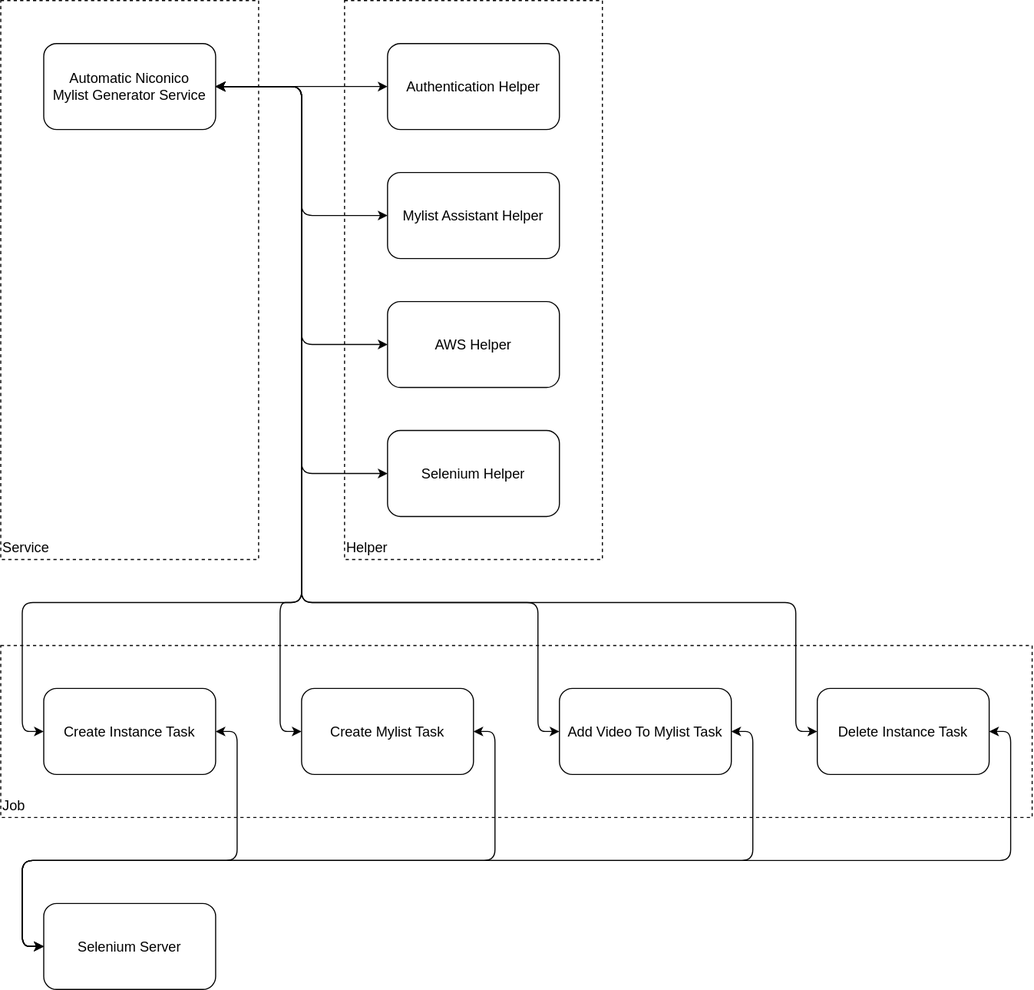
Before: Doc/AutomaticNiconicoMylistGenerator/assets/component.svg, a diagram exported from draw.io (PONzu-0529/ponzu0529-niconico). Source tidied: cells renumbered, new cells last; positions are measured from the earlier drawing's top-left corner, leaving out a move shared by most shapes. Source of this version:
```xml
<mxGraphModel>
  <root>
    <mxCell id="0" />
    <mxCell id="1" parent="0" />
    <mxCell id="2" value="&lt;font style=&quot;font-size: 13px;&quot;&gt;Selenium Server&lt;/font&gt;" style="rounded=1;whiteSpace=wrap;html=1;fillColor=none;fontSize=13;" parent="1" vertex="1">
      <mxGeometry x="40" y="840" width="160" height="80" as="geometry" />
    </mxCell>
    <mxCell id="3" value="Job" style="rounded=0;whiteSpace=wrap;html=1;fontSize=13;fillColor=none;align=left;verticalAlign=bottom;dashed=1;" parent="1" vertex="1">
      <mxGeometry y="600" width="960" height="160" as="geometry" />
    </mxCell>
    <mxCell id="4" style="edgeStyle=none;html=1;exitX=1;exitY=0.5;exitDx=0;exitDy=0;entryX=0;entryY=0.5;entryDx=0;entryDy=0;fontSize=13;startArrow=classic;startFill=1;" parent="1" edge="1" source="5" target="2">
      <mxGeometry relative="1" as="geometry">
        <Array as="points">
          <mxPoint x="220" y="680" />
          <mxPoint x="220" y="800" />
          <mxPoint x="20" y="800" />
          <mxPoint x="20" y="880" />
        </Array>
      </mxGeometry>
    </mxCell>
    <mxCell id="5" value="&lt;font style=&quot;font-size: 13px;&quot;&gt;Create Instance Task&lt;/font&gt;" style="rounded=1;whiteSpace=wrap;html=1;fillColor=none;fontSize=13;" parent="1" vertex="1">
      <mxGeometry x="40" y="640" width="160" height="80" as="geometry" />
    </mxCell>
    <mxCell id="6" style="edgeStyle=none;html=1;exitX=1;exitY=0.5;exitDx=0;exitDy=0;entryX=0;entryY=0.5;entryDx=0;entryDy=0;fontSize=13;startArrow=classic;startFill=1;" parent="1" edge="1" source="7" target="2">
      <mxGeometry relative="1" as="geometry">
        <Array as="points">
          <mxPoint x="460" y="680" />
          <mxPoint x="460" y="800" />
          <mxPoint x="20" y="800" />
          <mxPoint x="20" y="880" />
        </Array>
      </mxGeometry>
    </mxCell>
    <mxCell id="7" value="&lt;font style=&quot;font-size: 13px;&quot;&gt;Create Mylist Task&lt;/font&gt;" style="rounded=1;whiteSpace=wrap;html=1;fillColor=none;fontSize=13;" parent="1" vertex="1">
      <mxGeometry x="280" y="640" width="160" height="80" as="geometry" />
    </mxCell>
    <mxCell id="8" style="edgeStyle=none;html=1;exitX=1;exitY=0.5;exitDx=0;exitDy=0;entryX=0;entryY=0.5;entryDx=0;entryDy=0;fontSize=13;startArrow=classic;startFill=1;" parent="1" edge="1" source="9" target="2">
      <mxGeometry relative="1" as="geometry">
        <Array as="points">
          <mxPoint x="700" y="680" />
          <mxPoint x="700" y="800" />
          <mxPoint x="20" y="800" />
          <mxPoint x="20" y="880" />
        </Array>
      </mxGeometry>
    </mxCell>
    <mxCell id="9" value="&lt;font style=&quot;font-size: 13px;&quot;&gt;Add Video To Mylist Task&lt;/font&gt;" style="rounded=1;whiteSpace=wrap;html=1;fillColor=none;fontSize=13;" parent="1" vertex="1">
      <mxGeometry x="520" y="640" width="160" height="80" as="geometry" />
    </mxCell>
    <mxCell id="10" style="edgeStyle=none;html=1;exitX=1;exitY=0.5;exitDx=0;exitDy=0;entryX=0;entryY=0.5;entryDx=0;entryDy=0;fontSize=13;startArrow=classic;startFill=1;" parent="1" edge="1" source="11" target="2">
      <mxGeometry relative="1" as="geometry">
        <Array as="points">
          <mxPoint x="940" y="680" />
          <mxPoint x="940" y="800" />
          <mxPoint x="20" y="800" />
          <mxPoint x="20" y="880" />
        </Array>
      </mxGeometry>
    </mxCell>
    <mxCell id="11" value="&lt;font style=&quot;font-size: 13px;&quot;&gt;Delete Instance Task&lt;/font&gt;" style="rounded=1;whiteSpace=wrap;html=1;fillColor=none;fontSize=13;" parent="1" vertex="1">
      <mxGeometry x="760" y="640" width="160" height="80" as="geometry" />
    </mxCell>
    <mxCell id="12" value="Service" style="rounded=0;whiteSpace=wrap;html=1;fontSize=13;fillColor=none;align=left;verticalAlign=bottom;dashed=1;" parent="1" vertex="1">
      <mxGeometry width="240" height="520" as="geometry" />
    </mxCell>
    <mxCell id="13" value="Helper" style="rounded=0;whiteSpace=wrap;html=1;fontSize=13;fillColor=none;align=left;verticalAlign=bottom;dashed=1;" parent="1" vertex="1">
      <mxGeometry x="320" width="240" height="520" as="geometry" />
    </mxCell>
    <mxCell id="14" style="edgeStyle=none;html=1;exitX=1;exitY=0.5;exitDx=0;exitDy=0;entryX=0;entryY=0.5;entryDx=0;entryDy=0;fontSize=13;startArrow=classic;startFill=1;" parent="1" edge="1" source="22" target="7">
      <mxGeometry relative="1" as="geometry">
        <Array as="points">
          <mxPoint x="280" y="80" />
          <mxPoint x="280" y="560" />
          <mxPoint x="260" y="560" />
          <mxPoint x="260" y="680" />
        </Array>
      </mxGeometry>
    </mxCell>
    <mxCell id="15" style="edgeStyle=none;html=1;exitX=1;exitY=0.5;exitDx=0;exitDy=0;entryX=0;entryY=0.5;entryDx=0;entryDy=0;fontSize=13;startArrow=classic;startFill=1;" parent="1" edge="1" source="22" target="26">
      <mxGeometry relative="1" as="geometry" />
    </mxCell>
    <mxCell id="16" style="edgeStyle=none;html=1;exitX=1;exitY=0.5;exitDx=0;exitDy=0;entryX=0;entryY=0.5;entryDx=0;entryDy=0;fontSize=13;startArrow=classic;startFill=1;" parent="1" edge="1" source="22" target="5">
      <mxGeometry relative="1" as="geometry">
        <Array as="points">
          <mxPoint x="280" y="80" />
          <mxPoint x="280" y="560" />
          <mxPoint x="20" y="560" />
          <mxPoint x="20" y="680" />
        </Array>
      </mxGeometry>
    </mxCell>
    <mxCell id="17" style="edgeStyle=none;html=1;exitX=1;exitY=0.5;exitDx=0;exitDy=0;entryX=0;entryY=0.5;entryDx=0;entryDy=0;fontSize=13;startArrow=classic;startFill=1;" parent="1" edge="1" source="22" target="25">
      <mxGeometry relative="1" as="geometry">
        <Array as="points">
          <mxPoint x="280" y="80" />
          <mxPoint x="280" y="200" />
        </Array>
      </mxGeometry>
    </mxCell>
    <mxCell id="18" style="edgeStyle=none;html=1;exitX=1;exitY=0.5;exitDx=0;exitDy=0;entryX=0;entryY=0.5;entryDx=0;entryDy=0;fontSize=13;startArrow=classic;startFill=1;" parent="1" edge="1" source="22" target="23">
      <mxGeometry relative="1" as="geometry">
        <Array as="points">
          <mxPoint x="280" y="80" />
          <mxPoint x="280" y="320" />
        </Array>
      </mxGeometry>
    </mxCell>
    <mxCell id="19" style="edgeStyle=none;html=1;exitX=1;exitY=0.5;exitDx=0;exitDy=0;entryX=0;entryY=0.5;entryDx=0;entryDy=0;fontSize=13;startArrow=classic;startFill=1;" parent="1" edge="1" source="22" target="24">
      <mxGeometry relative="1" as="geometry">
        <Array as="points">
          <mxPoint x="280" y="80" />
          <mxPoint x="280" y="440" />
        </Array>
      </mxGeometry>
    </mxCell>
    <mxCell id="20" style="edgeStyle=none;html=1;exitX=1;exitY=0.5;exitDx=0;exitDy=0;entryX=0;entryY=0.5;entryDx=0;entryDy=0;fontSize=13;startArrow=classic;startFill=1;" parent="1" edge="1" source="22" target="9">
      <mxGeometry relative="1" as="geometry">
        <Array as="points">
          <mxPoint x="280" y="80" />
          <mxPoint x="280" y="560" />
          <mxPoint x="500" y="560" />
          <mxPoint x="500" y="680" />
        </Array>
      </mxGeometry>
    </mxCell>
    <mxCell id="21" style="edgeStyle=none;html=1;exitX=1;exitY=0.5;exitDx=0;exitDy=0;entryX=0;entryY=0.5;entryDx=0;entryDy=0;fontSize=13;startArrow=classic;startFill=1;" parent="1" edge="1" source="22" target="11">
      <mxGeometry relative="1" as="geometry">
        <Array as="points">
          <mxPoint x="280" y="80" />
          <mxPoint x="280" y="560" />
          <mxPoint x="740" y="560" />
          <mxPoint x="740" y="680" />
        </Array>
      </mxGeometry>
    </mxCell>
    <mxCell id="22" value="Automatic Niconico&lt;br&gt;Mylist Generator Service" style="rounded=1;whiteSpace=wrap;html=1;fillColor=none;fontSize=13;" parent="1" vertex="1">
      <mxGeometry x="40" y="40" width="160" height="80" as="geometry" />
    </mxCell>
    <mxCell id="23" value="AWS Helper" style="rounded=1;whiteSpace=wrap;html=1;fillColor=none;fontSize=13;" parent="1" vertex="1">
      <mxGeometry x="360" y="280" width="160" height="80" as="geometry" />
    </mxCell>
    <mxCell id="24" value="Selenium Helper" style="rounded=1;whiteSpace=wrap;html=1;fillColor=none;fontSize=13;" parent="1" vertex="1">
      <mxGeometry x="360" y="400" width="160" height="80" as="geometry" />
    </mxCell>
    <mxCell id="25" value="Mylist Assistant Helper" style="rounded=1;whiteSpace=wrap;html=1;fillColor=none;fontSize=13;" parent="1" vertex="1">
      <mxGeometry x="360" y="160" width="160" height="80" as="geometry" />
    </mxCell>
    <mxCell id="26" value="Authentication Helper" style="rounded=1;whiteSpace=wrap;html=1;fillColor=none;fontSize=13;" parent="1" vertex="1">
      <mxGeometry x="360" y="40" width="160" height="80" as="geometry" />
    </mxCell>
  </root>
</mxGraphModel>
```
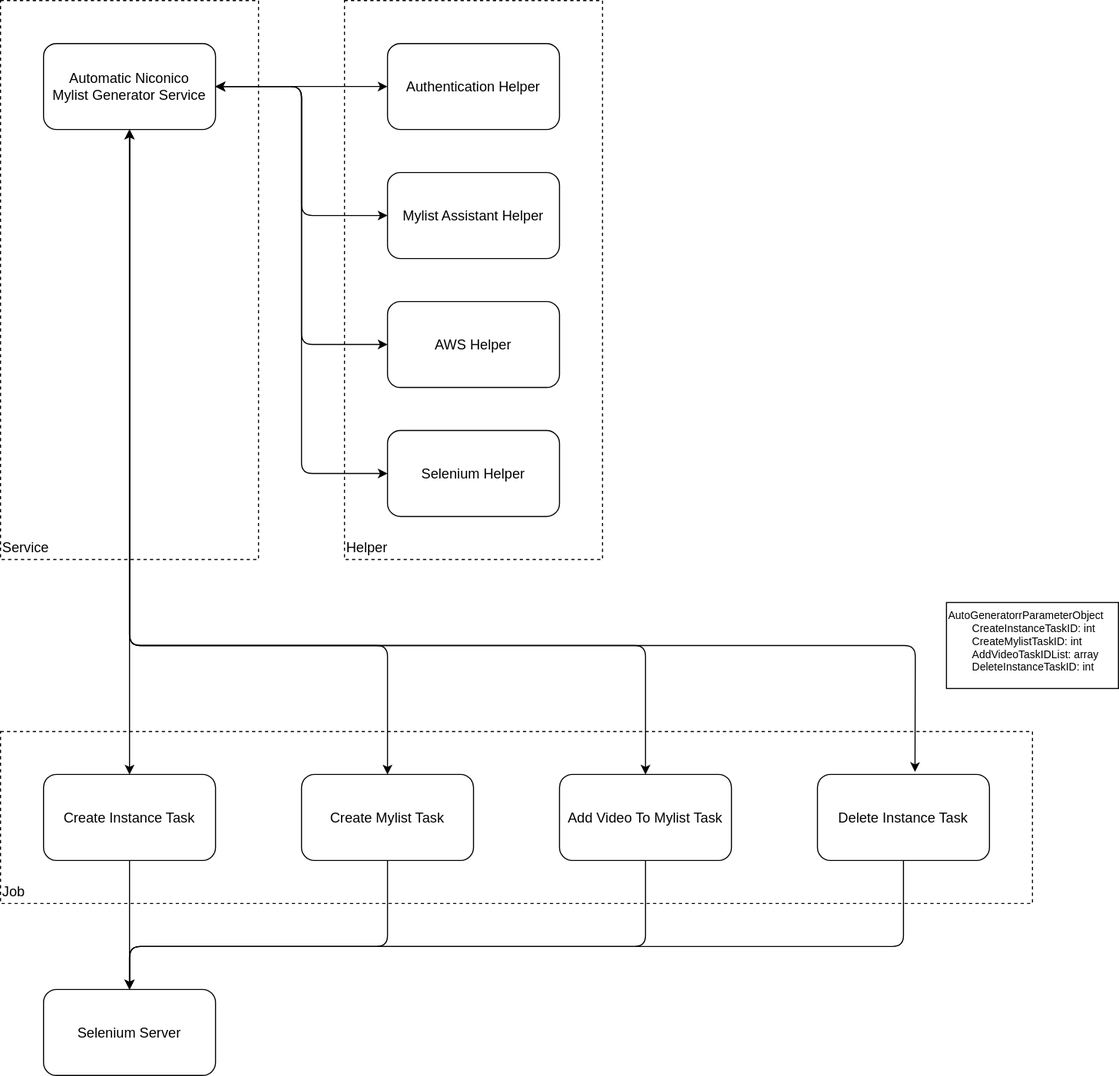
Above is the later version.

Commit message:
Update Component Diagram #141

What changed in the source:
```diff
@@ -3,62 +3,49 @@
     <mxCell id="0" />
     <mxCell id="1" parent="0" />
     <mxCell id="2" value="&lt;font style=&quot;font-size: 13px;&quot;&gt;Selenium Server&lt;/font&gt;" style="rounded=1;whiteSpace=wrap;html=1;fillColor=none;fontSize=13;" parent="1" vertex="1">
-      <mxGeometry x="40" y="840" width="160" height="80" as="geometry" />
+      <mxGeometry x="40" y="920" width="160" height="80" as="geometry" />
     </mxCell>
     <mxCell id="3" value="Job" style="rounded=0;whiteSpace=wrap;html=1;fontSize=13;fillColor=none;align=left;verticalAlign=bottom;dashed=1;" parent="1" vertex="1">
-      <mxGeometry y="600" width="960" height="160" as="geometry" />
+      <mxGeometry y="680" width="960" height="160" as="geometry" />
     </mxCell>
-    <mxCell id="4" style="edgeStyle=none;html=1;exitX=1;exitY=0.5;exitDx=0;exitDy=0;entryX=0;entryY=0.5;entryDx=0;entryDy=0;fontSize=13;startArrow=classic;startFill=1;" parent="1" edge="1" source="5" target="2">
-      <mxGeometry relative="1" as="geometry">
-        <Array as="points">
-          <mxPoint x="220" y="680" />
-          <mxPoint x="220" y="800" />
-          <mxPoint x="20" y="800" />
-          <mxPoint x="20" y="880" />
-        </Array>
-      </mxGeometry>
+    <mxCell id="4" style="edgeStyle=none;html=1;exitX=0.5;exitY=1;exitDx=0;exitDy=0;entryX=0.5;entryY=0;entryDx=0;entryDy=0;fontSize=10;" parent="1" edge="1" source="5" target="2">
+      <mxGeometry relative="1" as="geometry" />
     </mxCell>
     <mxCell id="5" value="&lt;font style=&quot;font-size: 13px;&quot;&gt;Create Instance Task&lt;/font&gt;" style="rounded=1;whiteSpace=wrap;html=1;fillColor=none;fontSize=13;" parent="1" vertex="1">
-      <mxGeometry x="40" y="640" width="160" height="80" as="geometry" />
+      <mxGeometry x="40" y="720" width="160" height="80" as="geometry" />
     </mxCell>
-    <mxCell id="6" style="edgeStyle=none;html=1;exitX=1;exitY=0.5;exitDx=0;exitDy=0;entryX=0;entryY=0.5;entryDx=0;entryDy=0;fontSize=13;startArrow=classic;startFill=1;" parent="1" edge="1" source="7" target="2">
+    <mxCell id="6" style="edgeStyle=none;html=1;exitX=0.5;exitY=1;exitDx=0;exitDy=0;entryX=0.5;entryY=0;entryDx=0;entryDy=0;fontSize=10;" parent="1" edge="1" source="7" target="2">
       <mxGeometry relative="1" as="geometry">
         <Array as="points">
-          <mxPoint x="460" y="680" />
-          <mxPoint x="460" y="800" />
-          <mxPoint x="20" y="800" />
-          <mxPoint x="20" y="880" />
+          <mxPoint x="360" y="880" />
+          <mxPoint x="120" y="880" />
         </Array>
       </mxGeometry>
     </mxCell>
     <mxCell id="7" value="&lt;font style=&quot;font-size: 13px;&quot;&gt;Create Mylist Task&lt;/font&gt;" style="rounded=1;whiteSpace=wrap;html=1;fillColor=none;fontSize=13;" parent="1" vertex="1">
-      <mxGeometry x="280" y="640" width="160" height="80" as="geometry" />
+      <mxGeometry x="280" y="720" width="160" height="80" as="geometry" />
     </mxCell>
-    <mxCell id="8" style="edgeStyle=none;html=1;exitX=1;exitY=0.5;exitDx=0;exitDy=0;entryX=0;entryY=0.5;entryDx=0;entryDy=0;fontSize=13;startArrow=classic;startFill=1;" parent="1" edge="1" source="9" target="2">
+    <mxCell id="8" style="edgeStyle=none;html=1;exitX=0.5;exitY=1;exitDx=0;exitDy=0;entryX=0.5;entryY=0;entryDx=0;entryDy=0;fontSize=10;" parent="1" edge="1" source="9" target="2">
       <mxGeometry relative="1" as="geometry">
         <Array as="points">
-          <mxPoint x="700" y="680" />
-          <mxPoint x="700" y="800" />
-          <mxPoint x="20" y="800" />
-          <mxPoint x="20" y="880" />
+          <mxPoint x="600" y="880" />
+          <mxPoint x="120" y="880" />
         </Array>
       </mxGeometry>
     </mxCell>
     <mxCell id="9" value="&lt;font style=&quot;font-size: 13px;&quot;&gt;Add Video To Mylist Task&lt;/font&gt;" style="rounded=1;whiteSpace=wrap;html=1;fillColor=none;fontSize=13;" parent="1" vertex="1">
-      <mxGeometry x="520" y="640" width="160" height="80" as="geometry" />
+      <mxGeometry x="520" y="720" width="160" height="80" as="geometry" />
     </mxCell>
-    <mxCell id="10" style="edgeStyle=none;html=1;exitX=1;exitY=0.5;exitDx=0;exitDy=0;entryX=0;entryY=0.5;entryDx=0;entryDy=0;fontSize=13;startArrow=classic;startFill=1;" parent="1" edge="1" source="11" target="2">
+    <mxCell id="10" style="edgeStyle=none;html=1;exitX=0.5;exitY=1;exitDx=0;exitDy=0;entryX=0.5;entryY=0;entryDx=0;entryDy=0;fontSize=10;" parent="1" edge="1" source="11" target="2">
       <mxGeometry relative="1" as="geometry">
         <Array as="points">
-          <mxPoint x="940" y="680" />
-          <mxPoint x="940" y="800" />
-          <mxPoint x="20" y="800" />
-          <mxPoint x="20" y="880" />
+          <mxPoint x="840" y="880" />
+          <mxPoint x="120" y="880" />
         </Array>
       </mxGeometry>
     </mxCell>
     <mxCell id="11" value="&lt;font style=&quot;font-size: 13px;&quot;&gt;Delete Instance Task&lt;/font&gt;" style="rounded=1;whiteSpace=wrap;html=1;fillColor=none;fontSize=13;" parent="1" vertex="1">
-      <mxGeometry x="760" y="640" width="160" height="80" as="geometry" />
+      <mxGeometry x="760" y="720" width="160" height="80" as="geometry" />
     </mxCell>
     <mxCell id="12" value="Service" style="rounded=0;whiteSpace=wrap;html=1;fontSize=13;fillColor=none;align=left;verticalAlign=bottom;dashed=1;" parent="1" vertex="1">
       <mxGeometry width="240" height="520" as="geometry" />
@@ -66,26 +53,21 @@
     <mxCell id="13" value="Helper" style="rounded=0;whiteSpace=wrap;html=1;fontSize=13;fillColor=none;align=left;verticalAlign=bottom;dashed=1;" parent="1" vertex="1">
       <mxGeometry x="320" width="240" height="520" as="geometry" />
     </mxCell>
-    <mxCell id="14" style="edgeStyle=none;html=1;exitX=1;exitY=0.5;exitDx=0;exitDy=0;entryX=0;entryY=0.5;entryDx=0;entryDy=0;fontSize=13;startArrow=classic;startFill=1;" parent="1" edge="1" source="22" target="7">
+    <mxCell id="14" style="edgeStyle=none;html=1;exitX=0.5;exitY=1;exitDx=0;exitDy=0;fontSize=13;startArrow=classic;startFill=1;entryX=0.5;entryY=0;entryDx=0;entryDy=0;" parent="1" edge="1" source="22" target="7">
       <mxGeometry relative="1" as="geometry">
         <Array as="points">
-          <mxPoint x="280" y="80" />
-          <mxPoint x="280" y="560" />
-          <mxPoint x="260" y="560" />
-          <mxPoint x="260" y="680" />
+          <mxPoint x="120" y="600" />
+          <mxPoint x="360" y="600" />
         </Array>
       </mxGeometry>
     </mxCell>
     <mxCell id="15" style="edgeStyle=none;html=1;exitX=1;exitY=0.5;exitDx=0;exitDy=0;entryX=0;entryY=0.5;entryDx=0;entryDy=0;fontSize=13;startArrow=classic;startFill=1;" parent="1" edge="1" source="22" target="26">
       <mxGeometry relative="1" as="geometry" />
     </mxCell>
-    <mxCell id="16" style="edgeStyle=none;html=1;exitX=1;exitY=0.5;exitDx=0;exitDy=0;entryX=0;entryY=0.5;entryDx=0;entryDy=0;fontSize=13;startArrow=classic;startFill=1;" parent="1" edge="1" source="22" target="5">
+    <mxCell id="16" style="edgeStyle=none;html=1;exitX=0.5;exitY=1;exitDx=0;exitDy=0;entryX=0.5;entryY=0;entryDx=0;entryDy=0;fontSize=13;startArrow=classic;startFill=1;" parent="1" edge="1" source="22" target="5">
       <mxGeometry relative="1" as="geometry">
         <Array as="points">
-          <mxPoint x="280" y="80" />
-          <mxPoint x="280" y="560" />
-          <mxPoint x="20" y="560" />
-          <mxPoint x="20" y="680" />
+          <mxPoint x="120" y="560" />
         </Array>
       </mxGeometry>
     </mxCell>
@@ -113,23 +95,22 @@
         </Array>
       </mxGeometry>
     </mxCell>
-    <mxCell id="20" style="edgeStyle=none;html=1;exitX=1;exitY=0.5;exitDx=0;exitDy=0;entryX=0;entryY=0.5;entryDx=0;entryDy=0;fontSize=13;startArrow=classic;startFill=1;" parent="1" edge="1" source="22" target="9">
+    <mxCell id="20" style="edgeStyle=none;html=1;exitX=0.5;exitY=1;exitDx=0;exitDy=0;entryX=0.5;entryY=0;entryDx=0;entryDy=0;fontSize=13;startArrow=classic;startFill=1;" parent="1" edge="1" source="22" target="9">
       <mxGeometry relative="1" as="geometry">
         <Array as="points">
-          <mxPoint x="280" y="80" />
-          <mxPoint x="280" y="560" />
-          <mxPoint x="500" y="560" />
-          <mxPoint x="500" y="680" />
+          <mxPoint x="120" y="600" />
+          <mxPoint x="360" y="600" />
+          <mxPoint x="500" y="600" />
+          <mxPoint x="600" y="600" />
         </Array>
       </mxGeometry>
     </mxCell>
-    <mxCell id="21" style="edgeStyle=none;html=1;exitX=1;exitY=0.5;exitDx=0;exitDy=0;entryX=0;entryY=0.5;entryDx=0;entryDy=0;fontSize=13;startArrow=classic;startFill=1;" parent="1" edge="1" source="22" target="11">
+    <mxCell id="21" style="edgeStyle=none;html=1;exitX=0.5;exitY=1;exitDx=0;exitDy=0;entryX=0.567;entryY=-0.03;entryDx=0;entryDy=0;fontSize=13;startArrow=classic;startFill=1;entryPerimeter=0;" parent="1" edge="1" source="22" target="11">
       <mxGeometry relative="1" as="geometry">
         <Array as="points">
-          <mxPoint x="280" y="80" />
-          <mxPoint x="280" y="560" />
-          <mxPoint x="740" y="560" />
-          <mxPoint x="740" y="680" />
+          <mxPoint x="120" y="600" />
+          <mxPoint x="270" y="600" />
+          <mxPoint x="851" y="600" />
         </Array>
       </mxGeometry>
     </mxCell>
@@ -148,5 +129,8 @@
     <mxCell id="26" value="Authentication Helper" style="rounded=1;whiteSpace=wrap;html=1;fillColor=none;fontSize=13;" parent="1" vertex="1">
       <mxGeometry x="360" y="40" width="160" height="80" as="geometry" />
     </mxCell>
+    <mxCell id="27" value="AutoGeneratorrParameterObject&lt;br&gt;&lt;span style=&quot;&quot;&gt;&#9;&lt;/span&gt;&lt;span style=&quot;white-space: pre;&quot;&gt;&#9;&lt;/span&gt;CreateInstanceTaskID: int&lt;br style=&quot;font-size: 10px;&quot;&gt;&lt;span style=&quot;&quot;&gt;&#9;&lt;/span&gt;&lt;span style=&quot;white-space: pre;&quot;&gt;&#9;&lt;/span&gt;CreateMylistTaskID: int&lt;br style=&quot;font-size: 10px;&quot;&gt;&lt;span style=&quot;&quot;&gt;&#9;&lt;/span&gt;&lt;span style=&quot;white-space: pre;&quot;&gt;&#9;&lt;/span&gt;AddVideoTaskIDList: array&lt;br style=&quot;font-size: 10px;&quot;&gt;&lt;span style=&quot;&quot;&gt;&#9;&lt;/span&gt;&lt;span style=&quot;white-space: pre;&quot;&gt;&#9;&lt;/span&gt;DeleteInstanceTaskID: int" style="rounded=0;whiteSpace=wrap;html=1;fillColor=none;align=left;verticalAlign=top;fontSize=10;" parent="1" vertex="1">
+      <mxGeometry x="880" y="560" width="160" height="80" as="geometry" />
+    </mxCell>
   </root>
 </mxGraphModel>
```
